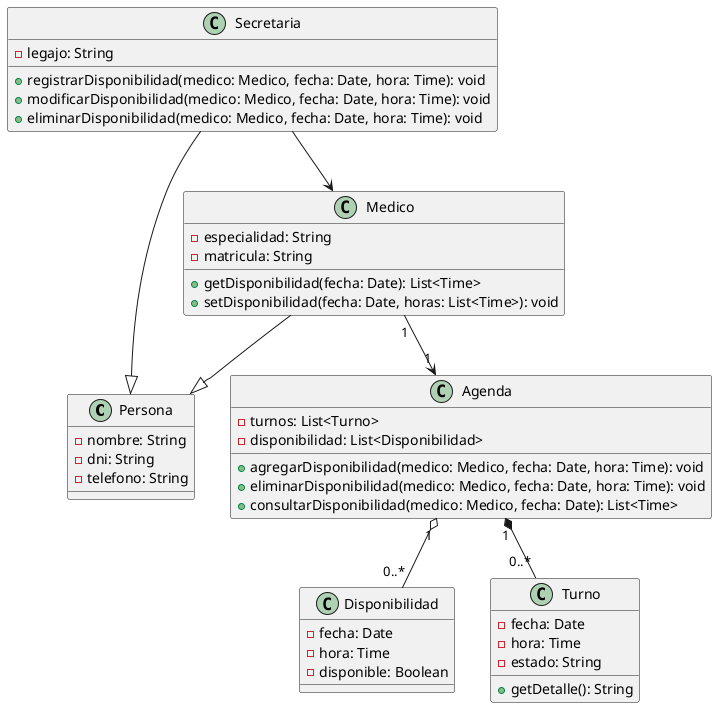
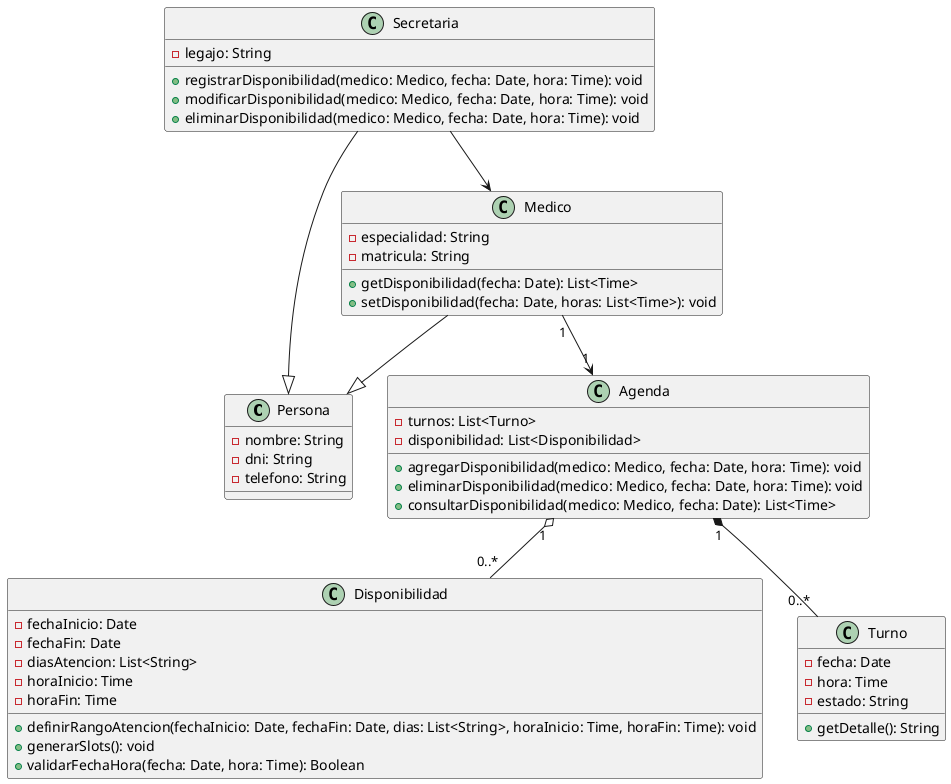
@startuml
class Persona {
  - nombre: String
  - dni: String
  - telefono: String
}

class Secretaria {
  - legajo: String
  + registrarDisponibilidad(medico: Medico, fecha: Date, hora: Time): void
  + modificarDisponibilidad(medico: Medico, fecha: Date, hora: Time): void
  + eliminarDisponibilidad(medico: Medico, fecha: Date, hora: Time): void
}

class Medico {
  - especialidad: String
  - matricula: String
  + getDisponibilidad(fecha: Date): List<Time>
  + setDisponibilidad(fecha: Date, horas: List<Time>): void
}

class Agenda {
  - turnos: List<Turno>
  - disponibilidad: List<Disponibilidad>
  + agregarDisponibilidad(medico: Medico, fecha: Date, hora: Time): void
  + eliminarDisponibilidad(medico: Medico, fecha: Date, hora: Time): void
  + consultarDisponibilidad(medico: Medico, fecha: Date): List<Time>
}

class Disponibilidad {
-   - fecha: Date
-   - hora: Time
-   - disponible: Boolean
+     - fechaInicio: Date
+     - fechaFin: Date
+     - diasAtencion: List<String>
+     - horaInicio: Time
+     - horaFin: Time
+     + definirRangoAtencion(fechaInicio: Date, fechaFin: Date, dias: List<String>, horaInicio: Time, horaFin: Time): void
+     + generarSlots(): void
+     + validarFechaHora(fecha: Date, hora: Time): Boolean
}

class Turno {
  - fecha: Date
  - hora: Time
  - estado: String
  + getDetalle(): String
}

Secretaria --|> Persona
Medico --|> Persona
Secretaria --> Medico
Agenda "1" o-- "0..*" Disponibilidad
Agenda "1" *-- "0..*" Turno
Medico "1" --> "1" Agenda
@enduml